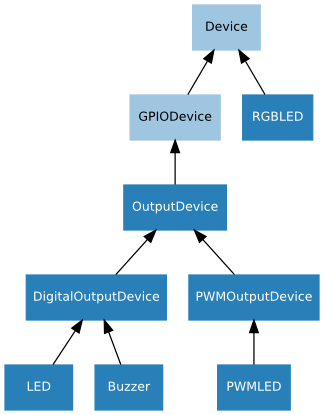
Before: docs/images/output_device_hierarchy.png, a diagram exported from Graphviz (gpiozero/gpiozero). Its source is kept beside it as docs/images/output_device_hierarchy.dot.
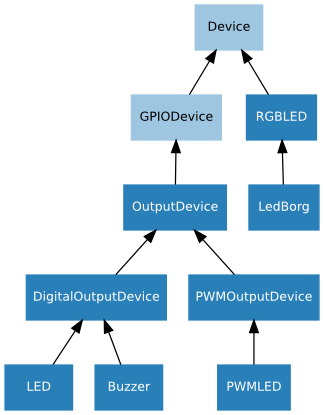
The same file after the commit.

Commit message:
Add LedBorg as a subclass of RGBLED

The edit, as a diff of the source:
```diff
@@ -21,4 +21,5 @@
     PWMOutputDevice->OutputDevice;
     PWMLED->PWMOutputDevice;
     RGBLED->Device;
+    LedBorg->RGBLED;
 }
```
